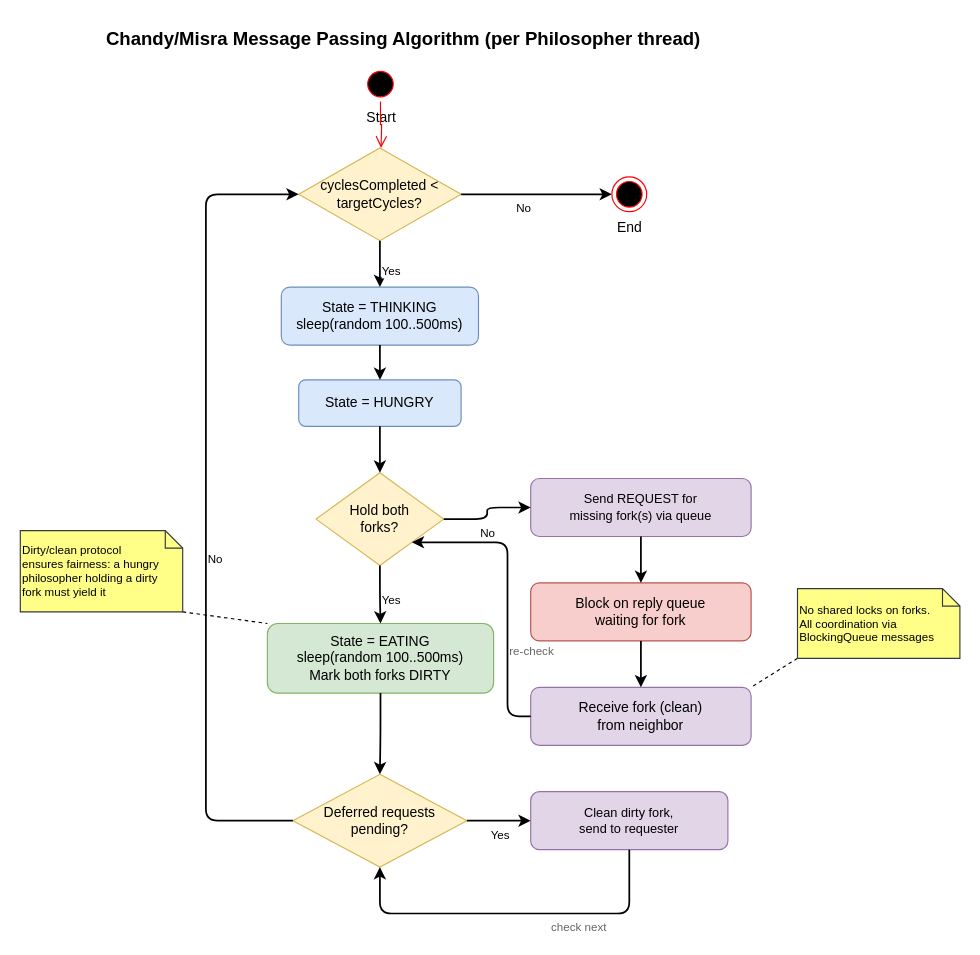
The draw.io diagram JavaDPP/drawio/activity-chandy-misra.drawio in vincemarinelli/cpsc543_dining_philosophers_problem, before the edit. Source tidied: cells renumbered, new cells numbered last; positions are measured from the earlier drawing's top-left corner, leaving out a move shared by most shapes. Both pictures are drawn from the tidied source at 116%, with x=0, y=0 at pixel (20, 20).
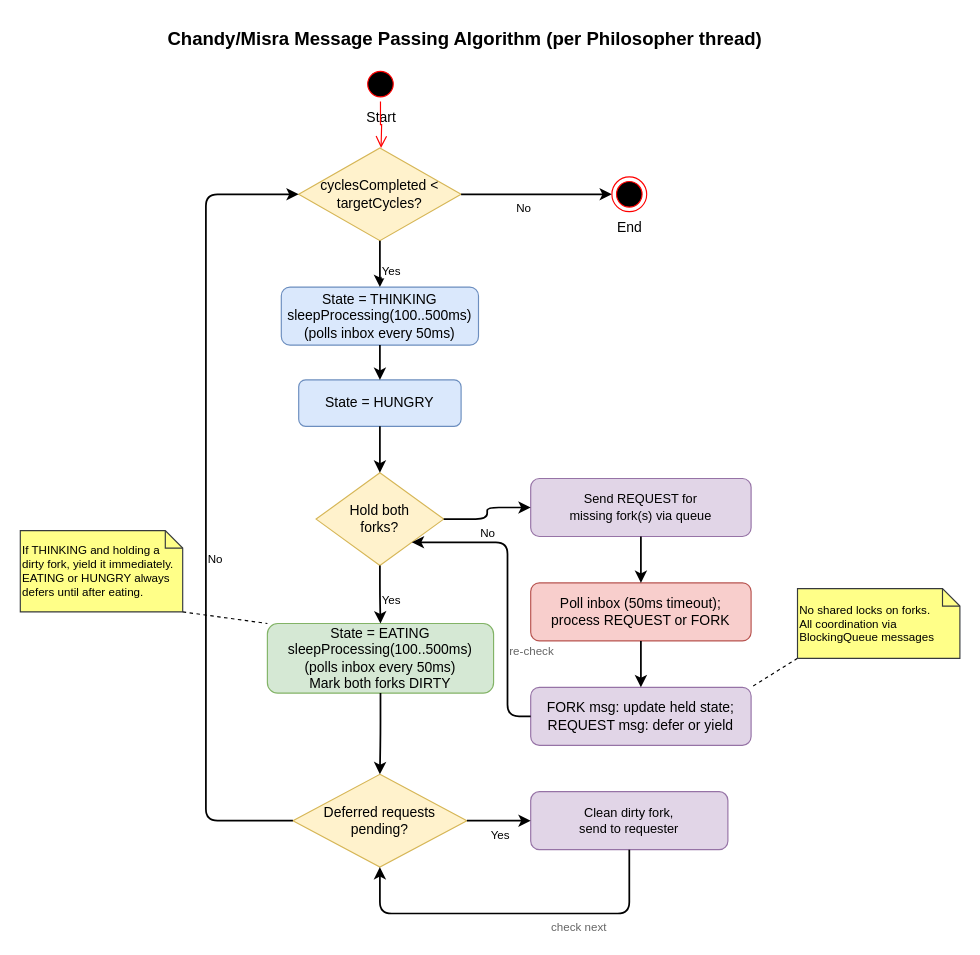
After the change.

What changed in the source:
```diff
@@
     <mxCell id="2" value="Chandy/Misra Message Passing Algorithm (per Philosopher thread)" style="text;html=1;fontSize=16;fontStyle=1;align=center;fillColor=none;strokeColor=none;" parent="1" vertex="1">
-      <mxGeometry x="80" width="500" height="30" as="geometry" />
+      <mxGeometry x="133" width="500" height="30" as="geometry" />
     </mxCell>
@@
-    <mxCell id="4" value="State = THINKING&lt;br&gt;sleep(random 100..500ms)" style="rounded=1;whiteSpace=wrap;html=1;fillColor=#dae8fc;strokeColor=#6c8ebf;fontSize=12;" parent="1" vertex="1">
+    <mxCell id="4" value="State = THINKING&lt;br&gt;sleepProcessing(100..500ms)&lt;br&gt;(polls inbox every 50ms)" style="rounded=1;whiteSpace=wrap;html=1;fillColor=#dae8fc;strokeColor=#6c8ebf;fontSize=12;" parent="1" vertex="1">
       <mxGeometry x="225" y="230" width="170" height="50" as="geometry" />
     </mxCell>
@@
-    <mxCell id="8" value="Block on reply queue&lt;br&gt;waiting for fork" style="rounded=1;whiteSpace=wrap;html=1;fillColor=#f8cecc;strokeColor=#b85450;fontSize=12;" parent="1" vertex="1">
+    <mxCell id="8" value="Poll inbox (50ms timeout);&lt;br&gt;process REQUEST or FORK" style="rounded=1;whiteSpace=wrap;html=1;fillColor=#f8cecc;strokeColor=#b85450;fontSize=12;" parent="1" vertex="1">
       <mxGeometry x="440" y="485" width="190" height="50" as="geometry" />
     </mxCell>
-    <mxCell id="9" value="Receive fork (clean)&lt;br&gt;from neighbor" style="rounded=1;whiteSpace=wrap;html=1;fillColor=#e1d5e7;strokeColor=#9673a6;fontSize=12;" parent="1" vertex="1">
+    <mxCell id="9" value="FORK msg: update held state;&lt;br&gt;REQUEST msg: defer or yield" style="rounded=1;whiteSpace=wrap;html=1;fillColor=#e1d5e7;strokeColor=#9673a6;fontSize=12;" parent="1" vertex="1">
       <mxGeometry x="440" y="575" width="190" height="50" as="geometry" />
     </mxCell>
-    <mxCell id="10" value="State = EATING&lt;br&gt;sleep(random 100..500ms)&lt;br&gt;Mark both forks DIRTY" style="rounded=1;whiteSpace=wrap;html=1;fillColor=#d5e8d4;strokeColor=#82b366;fontSize=12;" parent="1" vertex="1">
+    <mxCell id="10" value="State = EATING&lt;br&gt;sleepProcessing(100..500ms)&lt;br&gt;(polls inbox every 50ms)&lt;br&gt;Mark both forks DIRTY" style="rounded=1;whiteSpace=wrap;html=1;fillColor=#d5e8d4;strokeColor=#82b366;fontSize=12;" parent="1" vertex="1">
       <mxGeometry x="213" y="520" width="195" height="60" as="geometry" />
     </mxCell>
@@
-    <mxCell id="14" value="Dirty/clean protocol&lt;br&gt;ensures fairness: a hungry&lt;br&gt;philosopher holding a dirty&lt;br&gt;fork must yield it" style="shape=note;size=15;fillColor=#ffff88;strokeColor=#36393d;fontSize=10;whiteSpace=wrap;html=1;align=left;" parent="1" vertex="1">
+    <mxCell id="14" value="If THINKING and holding a&lt;br&gt;dirty fork, yield it immediately.&lt;br&gt;EATING or HUNGRY always&lt;br&gt;defers until after eating." style="shape=note;size=15;fillColor=#ffff88;strokeColor=#36393d;fontSize=10;whiteSpace=wrap;html=1;align=left;" parent="1" vertex="1">
       <mxGeometry y="440" width="140" height="70" as="geometry" />
     </mxCell>
```
